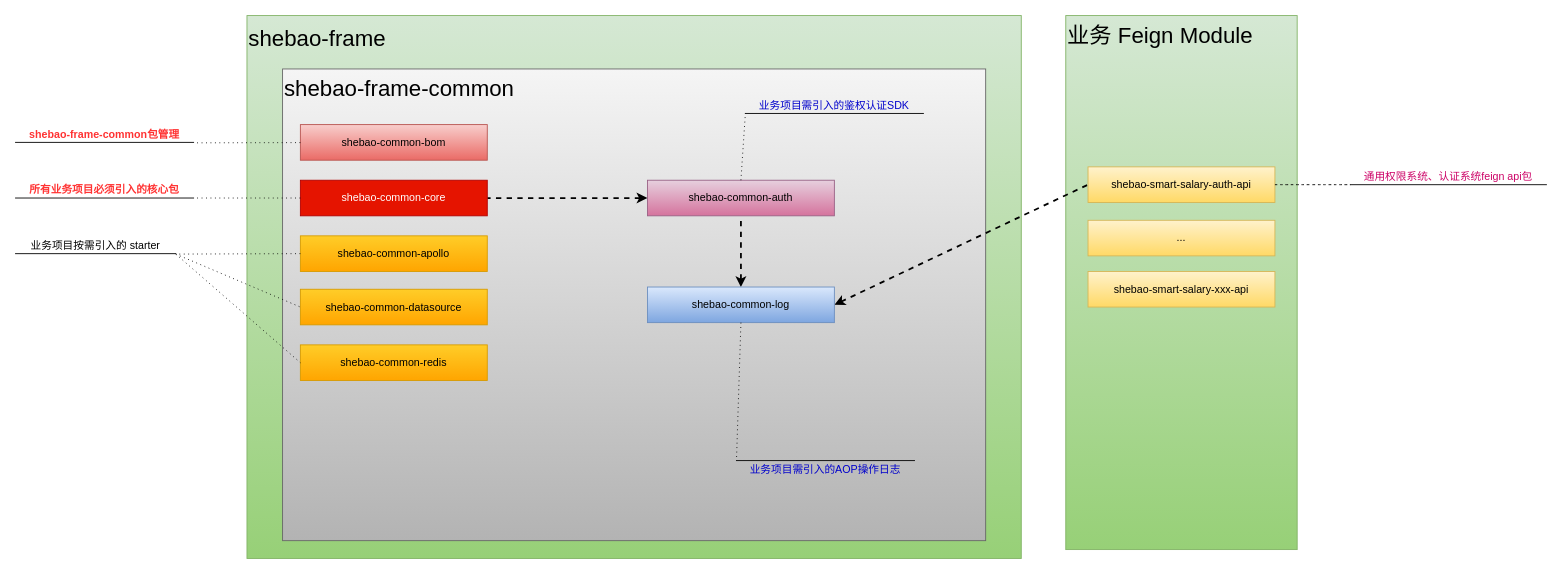
Before: frame-common-lib.drawio in rexlin600/diagrams, a draw.io diagram. Source tidied: cells renumbered, new cells numbered last; positions are measured from the earlier drawing's top-left corner, leaving out a move shared by most shapes. Both pictures are drawn from the tidied source at 89%, with x=0, y=0 at pixel (15, 15).
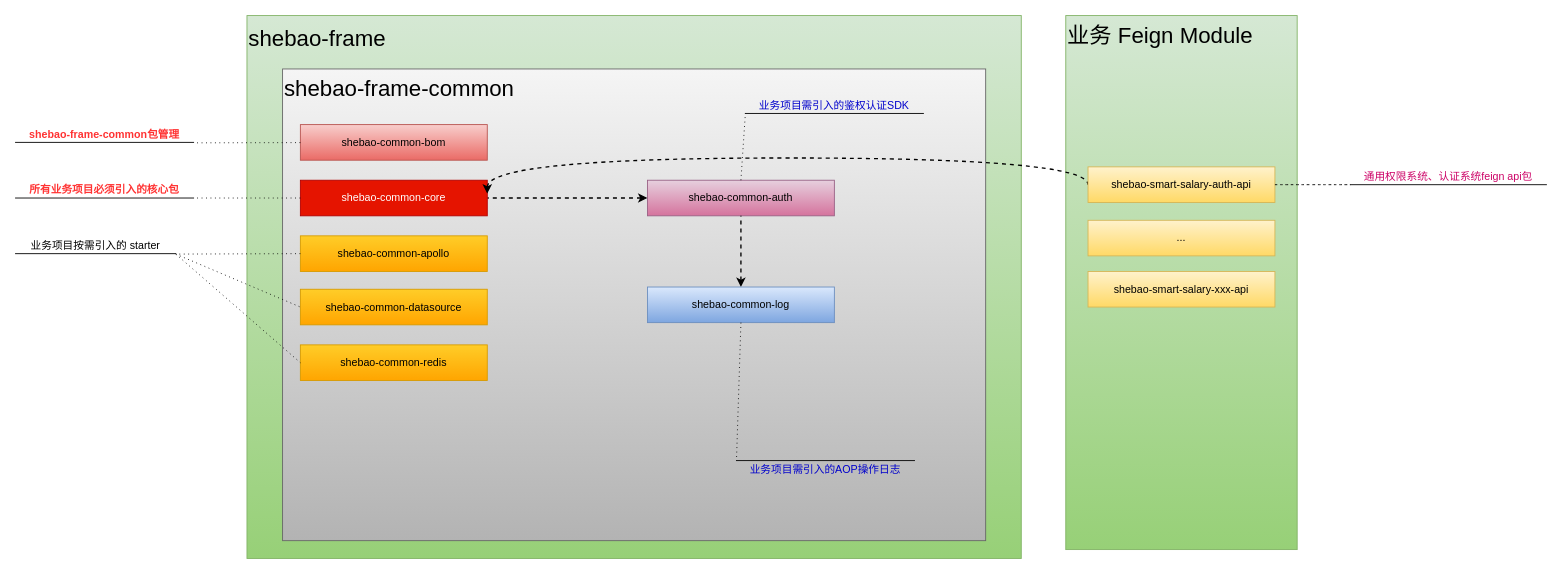
The same diagram, later.

The change refers to these unchanged cells:
```xml
<mxCell id="7" value="shebao-common-auth" style="rounded=0;whiteSpace=wrap;html=1;fillColor=#e6d0de;strokeColor=#996185;gradientColor=#d5739d;" parent="1" vertex="1">
  <mxGeometry x="710" y="185" width="210" height="40" as="geometry" />
</mxCell>
<mxCell id="8" value="shebao-common-core" style="rounded=0;whiteSpace=wrap;html=1;fillColor=#e51400;strokeColor=#B20000;fontColor=#ffffff;" parent="1" vertex="1">
  <mxGeometry x="320" y="185" width="210" height="40" as="geometry" />
</mxCell>
<mxCell id="14" value="shebao-common-log" style="rounded=0;whiteSpace=wrap;html=1;fillColor=#dae8fc;strokeColor=#6c8ebf;gradientColor=#7ea6e0;" parent="1" vertex="1">
  <mxGeometry x="710" y="305" width="210" height="40" as="geometry" />
</mxCell>
<mxCell id="15" value="shebao-smart-salary-auth-api" style="rounded=0;whiteSpace=wrap;html=1;fillColor=#fff2cc;strokeColor=#d6b656;gradientColor=#ffd966;" parent="1" vertex="1">
  <mxGeometry x="1205" y="170" width="210" height="40" as="geometry" />
</mxCell>
```

Change to the diagram source:
```diff
@@
-    <mxCell id="6" style="edgeStyle=orthogonalEdgeStyle;rounded=0;jettySize=auto;html=1;fontSize=30;entryX=1;entryY=0.5;entryDx=0;entryDy=0;dashed=1;strokeWidth=2;startArrow=classic;startFill=1;endArrow=none;endFill=0;" parent="1" edge="1" source="7" target="8">
+    <mxCell id="6" style="edgeStyle=orthogonalEdgeStyle;rounded=0;jettySize=auto;html=1;fontSize=30;entryX=1;entryY=0.5;entryDx=0;entryDy=0;dashed=1;strokeWidth=1.5;startArrow=classic;startFill=1;endArrow=none;endFill=0;" parent="1" edge="1" source="7" target="8">
       <mxGeometry relative="1" as="geometry" />
     </mxCell>
@@
-    <mxCell id="12" style="edgeStyle=orthogonalEdgeStyle;rounded=0;jettySize=auto;html=1;fontSize=30;entryX=0.5;entryY=1;entryDx=0;entryDy=0;dashed=1;strokeWidth=2;startArrow=classic;startFill=1;endArrow=none;endFill=0;" parent="1" edge="1" source="14" target="7">
+    <mxCell id="12" style="edgeStyle=orthogonalEdgeStyle;rounded=0;jettySize=auto;html=1;fontSize=30;entryX=0.5;entryY=1;entryDx=0;entryDy=0;dashed=1;strokeWidth=1.5;startArrow=classic;startFill=1;endArrow=none;endFill=0;" parent="1" edge="1" source="14" target="7">
       <mxGeometry relative="1" as="geometry" />
     </mxCell>
-    <mxCell id="13" style="rounded=0;jettySize=auto;html=1;exitX=1;exitY=0.5;exitDx=0;exitDy=0;fontSize=30;entryX=0;entryY=0.5;entryDx=0;entryDy=0;dashed=1;strokeWidth=2;startArrow=classic;startFill=1;endArrow=none;endFill=0;" parent="1" edge="1" source="14" target="15">
-      <mxGeometry relative="1" as="geometry" />
+    <mxCell id="13" style="rounded=0;jettySize=auto;html=1;fontSize=30;entryX=0;entryY=0.5;entryDx=0;entryDy=0;dashed=1;strokeWidth=1.5;startArrow=classic;startFill=1;endArrow=none;endFill=0;edgeStyle=orthogonalEdgeStyle;curved=1;" parent="1" edge="1" target="15">
+      <mxGeometry relative="1" as="geometry">
+        <mxPoint x="530" y="200" as="sourcePoint" />
+        <Array as="points">
+          <mxPoint x="530" y="160" />
+          <mxPoint x="1205" y="160" />
+        </Array>
+      </mxGeometry>
     </mxCell>
```
